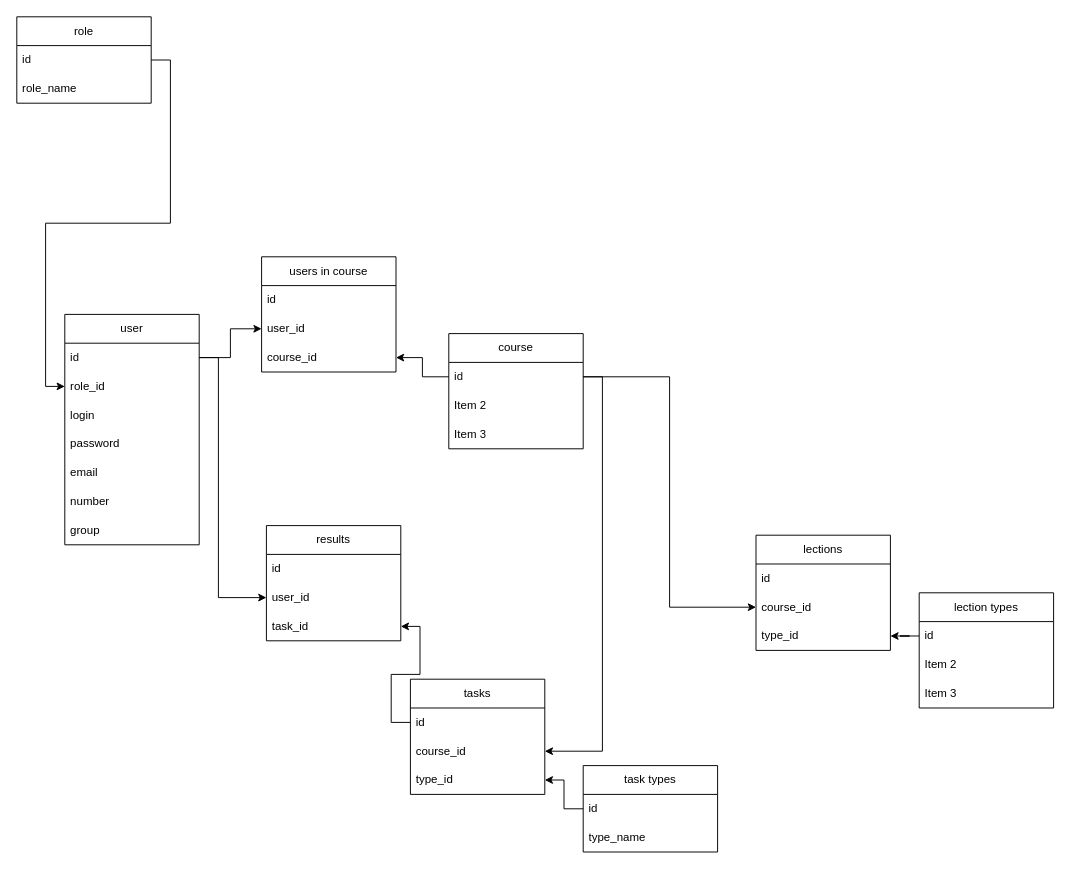
Svengalion/Diploma-VKI keeps this draw.io diagram as Untitled Diagram.drawio. Above is the earlier version. Source tidied: cells renumbered, new cells numbered last; positions are measured from the earlier drawing's top-left corner, leaving out a move shared by most shapes. Both pictures are drawn from the tidied source at 96%, with x=0, y=0 at pixel (16, 16).
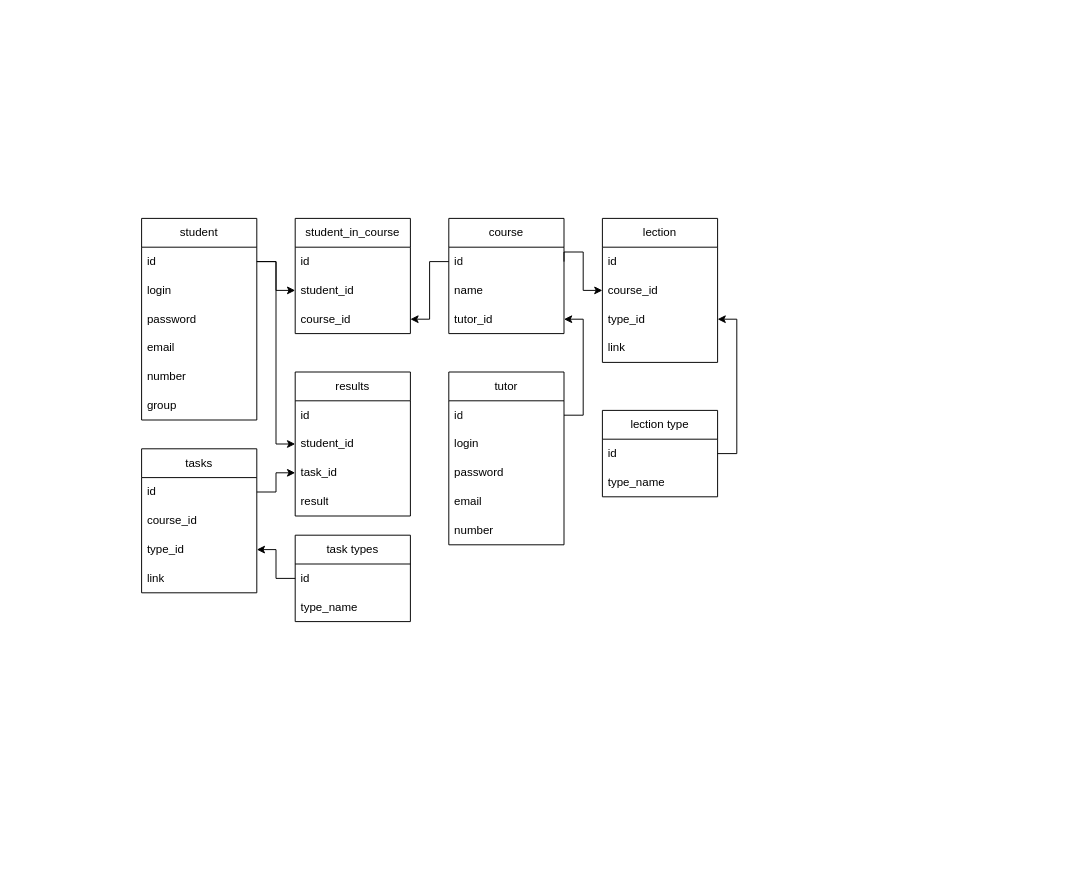
The same diagram, later.

What changed in the source:
```diff
@@
-    <mxCell id="2" value="user" style="swimlane;fontStyle=0;horizontal=1;startSize=30;whiteSpace=wrap;html=1;" parent="1" vertex="1">
-      <mxGeometry x="50" y="310" width="140" height="240" as="geometry" />
+    <mxCell id="2" value="student" style="swimlane;fontStyle=0;horizontal=1;startSize=30;whiteSpace=wrap;html=1;" parent="1" vertex="1">
+      <mxGeometry x="130" y="210" width="120" height="210" as="geometry" />
     </mxCell>
     <mxCell id="3" value="id" style="text;strokeColor=none;fillColor=none;align=left;verticalAlign=middle;spacingLeft=4;spacingRight=4;overflow=hidden;points=[[0,0.5],[1,0.5]];portConstraint=eastwest;whiteSpace=wrap;html=1;" parent="2" vertex="1">
-      <mxGeometry y="30" width="140" height="30" as="geometry" />
+      <mxGeometry y="30" width="120" height="30" as="geometry" />
     </mxCell>
-    <mxCell id="4" value="role_id" style="text;strokeColor=none;fillColor=none;align=left;verticalAlign=middle;spacingLeft=4;spacingRight=4;overflow=hidden;points=[[0,0.5],[1,0.5]];portConstraint=eastwest;whiteSpace=wrap;html=1;" parent="2" vertex="1">
-      <mxGeometry y="60" width="140" height="30" as="geometry" />
-    </mxCell>
     <mxCell id="5" value="login" style="text;strokeColor=none;fillColor=none;align=left;verticalAlign=middle;spacingLeft=4;spacingRight=4;overflow=hidden;whiteSpace=wrap;html=1;" parent="2" vertex="1">
-      <mxGeometry y="90" width="140" height="30" as="geometry" />
+      <mxGeometry y="60" width="120" height="30" as="geometry" />
     </mxCell>
     <mxCell id="6" value="password" style="text;strokeColor=none;fillColor=none;align=left;verticalAlign=middle;spacingLeft=4;spacingRight=4;overflow=hidden;whiteSpace=wrap;html=1;" parent="2" vertex="1">
-      <mxGeometry y="120" width="140" height="30" as="geometry" />
+      <mxGeometry y="90" width="120" height="30" as="geometry" />
     </mxCell>
     <mxCell id="7" value="email" style="text;strokeColor=none;fillColor=none;align=left;verticalAlign=middle;spacingLeft=4;spacingRight=4;overflow=hidden;whiteSpace=wrap;html=1;" parent="2" vertex="1">
-      <mxGeometry y="150" width="140" height="30" as="geometry" />
+      <mxGeometry y="120" width="120" height="30" as="geometry" />
     </mxCell>
     <mxCell id="8" value="number" style="text;strokeColor=none;fillColor=none;align=left;verticalAlign=middle;spacingLeft=4;spacingRight=4;overflow=hidden;whiteSpace=wrap;html=1;" parent="2" vertex="1">
-      <mxGeometry y="180" width="140" height="30" as="geometry" />
+      <mxGeometry y="150" width="120" height="30" as="geometry" />
     </mxCell>
     <mxCell id="9" value="group" style="text;strokeColor=none;fillColor=none;align=left;verticalAlign=middle;spacingLeft=4;spacingRight=4;overflow=hidden;whiteSpace=wrap;html=1;" parent="2" vertex="1">
-      <mxGeometry y="210" width="140" height="30" as="geometry" />
+      <mxGeometry y="180" width="120" height="30" as="geometry" />
     </mxCell>
-    <mxCell id="10" value="lections" style="swimlane;fontStyle=0;horizontal=1;startSize=30;whiteSpace=wrap;html=1;" parent="1" vertex="1">
-      <mxGeometry x="770" y="540" width="140" height="120" as="geometry" />
+    <mxCell id="10" value="lection" style="swimlane;fontStyle=0;horizontal=1;startSize=30;whiteSpace=wrap;html=1;" parent="1" vertex="1">
+      <mxGeometry x="610" y="210" width="120" height="150" as="geometry" />
     </mxCell>
     <mxCell id="11" value="id" style="text;strokeColor=none;fillColor=none;align=left;verticalAlign=middle;spacingLeft=4;spacingRight=4;overflow=hidden;whiteSpace=wrap;html=1;" parent="10" vertex="1">
-      <mxGeometry y="30" width="140" height="30" as="geometry" />
+      <mxGeometry y="30" width="120" height="30" as="geometry" />
     </mxCell>
     <mxCell id="12" value="course_id" style="text;strokeColor=none;fillColor=none;align=left;verticalAlign=middle;spacingLeft=4;spacingRight=4;overflow=hidden;points=[[0,0.5],[1,0.5]];portConstraint=eastwest;whiteSpace=wrap;html=1;" parent="10" vertex="1">
-      <mxGeometry y="60" width="140" height="30" as="geometry" />
+      <mxGeometry y="60" width="120" height="30" as="geometry" />
     </mxCell>
     <mxCell id="13" value="type_id" style="text;strokeColor=none;fillColor=none;align=left;verticalAlign=middle;spacingLeft=4;spacingRight=4;overflow=hidden;points=[[0,0.5],[1,0.5]];portConstraint=eastwest;whiteSpace=wrap;html=1;" parent="10" vertex="1">
-      <mxGeometry y="90" width="140" height="30" as="geometry" />
+      <mxGeometry y="90" width="120" height="30" as="geometry" />
     </mxCell>
+    <mxCell id="49" value="link" style="text;strokeColor=none;fillColor=none;align=left;verticalAlign=middle;spacingLeft=4;spacingRight=4;overflow=hidden;whiteSpace=wrap;html=1;" parent="10" vertex="1">
+      <mxGeometry y="120" width="120" height="30" as="geometry" />
+    </mxCell>
-    <mxCell id="14" value="lection types" style="swimlane;fontStyle=0;horizontal=1;startSize=30;whiteSpace=wrap;html=1;" parent="1" vertex="1">
-      <mxGeometry x="940" y="600" width="140" height="120" as="geometry" />
+    <mxCell id="14" value="lection type" style="swimlane;fontStyle=0;horizontal=1;startSize=30;whiteSpace=wrap;html=1;" parent="1" vertex="1">
+      <mxGeometry x="610" y="410" width="120" height="90" as="geometry" />
     </mxCell>
     <mxCell id="15" value="id" style="text;strokeColor=none;fillColor=none;align=left;verticalAlign=middle;spacingLeft=4;spacingRight=4;overflow=hidden;points=[[0,0.5],[1,0.5]];portConstraint=eastwest;whiteSpace=wrap;html=1;" parent="14" vertex="1">
-      <mxGeometry y="30" width="140" height="30" as="geometry" />
+      <mxGeometry y="30" width="120" height="30" as="geometry" />
     </mxCell>
-    <mxCell id="16" value="Item 2" style="text;strokeColor=none;fillColor=none;align=left;verticalAlign=middle;spacingLeft=4;spacingRight=4;overflow=hidden;whiteSpace=wrap;html=1;" parent="14" vertex="1">
-      <mxGeometry y="60" width="140" height="30" as="geometry" />
+    <mxCell id="16" value="type_name" style="text;strokeColor=none;fillColor=none;align=left;verticalAlign=middle;spacingLeft=4;spacingRight=4;overflow=hidden;whiteSpace=wrap;html=1;" parent="14" vertex="1">
+      <mxGeometry y="60" width="120" height="30" as="geometry" />
     </mxCell>
-    <mxCell id="17" value="Item 3" style="text;strokeColor=none;fillColor=none;align=left;verticalAlign=middle;spacingLeft=4;spacingRight=4;overflow=hidden;whiteSpace=wrap;html=1;" parent="14" vertex="1">
-      <mxGeometry y="90" width="140" height="30" as="geometry" />
-    </mxCell>
     <mxCell id="18" style="edgeStyle=orthogonalEdgeStyle;rounded=0;jettySize=auto;html=1;" parent="1" edge="1" source="15" target="13">
-      <mxGeometry relative="1" as="geometry" />
+      <mxGeometry relative="1" as="geometry">
+        <Array as="points">
+          <mxPoint x="750" y="455" />
+          <mxPoint x="750" y="315" />
+        </Array>
+      </mxGeometry>
     </mxCell>
     <mxCell id="19" value="course" style="swimlane;fontStyle=0;horizontal=1;startSize=30;whiteSpace=wrap;html=1;" parent="1" vertex="1">
-      <mxGeometry x="450" y="330" width="140" height="120" as="geometry" />
+      <mxGeometry x="450" y="210" width="120" height="120" as="geometry" />
     </mxCell>
     <mxCell id="20" value="id" style="text;strokeColor=none;fillColor=none;align=left;verticalAlign=middle;spacingLeft=4;spacingRight=4;overflow=hidden;points=[[0,0.5],[1,0.5]];portConstraint=eastwest;whiteSpace=wrap;html=1;" parent="19" vertex="1">
-      <mxGeometry y="30" width="140" height="30" as="geometry" />
+      <mxGeometry y="30" width="120" height="30" as="geometry" />
     </mxCell>
-    <mxCell id="21" value="Item 2" style="text;strokeColor=none;fillColor=none;align=left;verticalAlign=middle;spacingLeft=4;spacingRight=4;overflow=hidden;whiteSpace=wrap;html=1;" parent="19" vertex="1">
-      <mxGeometry y="60" width="140" height="30" as="geometry" />
+    <mxCell id="21" value="name" style="text;strokeColor=none;fillColor=none;align=left;verticalAlign=middle;spacingLeft=4;spacingRight=4;overflow=hidden;whiteSpace=wrap;html=1;" parent="19" vertex="1">
+      <mxGeometry y="60" width="120" height="30" as="geometry" />
     </mxCell>
-    <mxCell id="22" value="Item 3" style="text;strokeColor=none;fillColor=none;align=left;verticalAlign=middle;spacingLeft=4;spacingRight=4;overflow=hidden;whiteSpace=wrap;html=1;" parent="19" vertex="1">
-      <mxGeometry y="90" width="140" height="30" as="geometry" />
-    </mxCell>
+    <mxCell id="50" value="tutor_id" style="text;strokeColor=none;fillColor=none;align=left;verticalAlign=middle;spacingLeft=4;spacingRight=4;overflow=hidden;points=[[0,0.5],[1,0.5]];portConstraint=eastwest;whiteSpace=wrap;html=1;" parent="19" vertex="1">
+      <mxGeometry y="90" width="120" height="30" as="geometry" />
+    </mxCell>
     <mxCell id="23" style="edgeStyle=orthogonalEdgeStyle;rounded=0;jettySize=auto;html=1;exitX=1;exitY=0.5;exitDx=0;exitDy=0;" parent="1" edge="1" source="20" target="12">
-      <mxGeometry relative="1" as="geometry" />
+      <mxGeometry relative="1" as="geometry">
+        <Array as="points">
+          <mxPoint x="570" y="245" />
+          <mxPoint x="590" y="245" />
+          <mxPoint x="590" y="285" />
+        </Array>
+      </mxGeometry>
     </mxCell>
-    <mxCell id="24" value="users in course" style="swimlane;fontStyle=0;horizontal=1;startSize=30;whiteSpace=wrap;html=1;" parent="1" vertex="1">
-      <mxGeometry x="255" y="250" width="140" height="120" as="geometry" />
+    <mxCell id="24" value="student_in_course" style="swimlane;fontStyle=0;horizontal=1;startSize=30;whiteSpace=wrap;html=1;" parent="1" vertex="1">
+      <mxGeometry x="290" y="210" width="120" height="120" as="geometry" />
     </mxCell>
     <mxCell id="25" value="id" style="text;strokeColor=none;fillColor=none;align=left;verticalAlign=middle;spacingLeft=4;spacingRight=4;overflow=hidden;whiteSpace=wrap;html=1;" parent="24" vertex="1">
-      <mxGeometry y="30" width="140" height="30" as="geometry" />
+      <mxGeometry y="30" width="120" height="30" as="geometry" />
     </mxCell>
-    <mxCell id="26" value="user_id" style="text;strokeColor=none;fillColor=none;align=left;verticalAlign=middle;spacingLeft=4;spacingRight=4;overflow=hidden;points=[[0,0.5],[1,0.5]];portConstraint=eastwest;whiteSpace=wrap;html=1;" parent="24" vertex="1">
-      <mxGeometry y="60" width="140" height="30" as="geometry" />
+    <mxCell id="26" value="student_id" style="text;strokeColor=none;fillColor=none;align=left;verticalAlign=middle;spacingLeft=4;spacingRight=4;overflow=hidden;points=[[0,0.5],[1,0.5]];portConstraint=eastwest;whiteSpace=wrap;html=1;" parent="24" vertex="1">
+      <mxGeometry y="60" width="120" height="30" as="geometry" />
     </mxCell>
     <mxCell id="27" value="course_id" style="text;strokeColor=none;fillColor=none;align=left;verticalAlign=middle;spacingLeft=4;spacingRight=4;overflow=hidden;points=[[0,0.5],[1,0.5]];portConstraint=eastwest;whiteSpace=wrap;html=1;" parent="24" vertex="1">
-      <mxGeometry y="90" width="140" height="30" as="geometry" />
+      <mxGeometry y="90" width="120" height="30" as="geometry" />
     </mxCell>
@@
     <mxCell id="30" value="tasks" style="swimlane;fontStyle=0;horizontal=1;startSize=30;whiteSpace=wrap;html=1;" parent="1" vertex="1">
-      <mxGeometry x="410" y="690" width="140" height="120" as="geometry" />
+      <mxGeometry x="130" y="450" width="120" height="150" as="geometry" />
     </mxCell>
     <mxCell id="31" value="id" style="text;strokeColor=none;fillColor=none;align=left;verticalAlign=middle;spacingLeft=4;spacingRight=4;overflow=hidden;points=[[0,0.5],[1,0.5]];portConstraint=eastwest;whiteSpace=wrap;html=1;" parent="30" vertex="1">
-      <mxGeometry y="30" width="140" height="30" as="geometry" />
+      <mxGeometry y="30" width="120" height="30" as="geometry" />
     </mxCell>
     <mxCell id="32" value="course_id" style="text;strokeColor=none;fillColor=none;align=left;verticalAlign=middle;spacingLeft=4;spacingRight=4;overflow=hidden;points=[[0,0.5],[1,0.5]];portConstraint=eastwest;whiteSpace=wrap;html=1;" parent="30" vertex="1">
-      <mxGeometry y="60" width="140" height="30" as="geometry" />
+      <mxGeometry y="60" width="120" height="30" as="geometry" />
     </mxCell>
     <mxCell id="33" value="type_id" style="text;strokeColor=none;fillColor=none;align=left;verticalAlign=middle;spacingLeft=4;spacingRight=4;overflow=hidden;points=[[0,0.5],[1,0.5]];portConstraint=eastwest;whiteSpace=wrap;html=1;" parent="30" vertex="1">
-      <mxGeometry y="90" width="140" height="30" as="geometry" />
+      <mxGeometry y="90" width="120" height="30" as="geometry" />
     </mxCell>
-    <mxCell id="34" style="edgeStyle=orthogonalEdgeStyle;rounded=0;jettySize=auto;html=1;exitX=1;exitY=0.5;exitDx=0;exitDy=0;" parent="1" edge="1" source="20" target="32">
-      <mxGeometry relative="1" as="geometry" />
-    </mxCell>
-    <mxCell id="35" value="role" style="swimlane;fontStyle=0;horizontal=1;startSize=30;whiteSpace=wrap;html=1;" parent="1" vertex="1">
-      <mxGeometry width="140" height="90" as="geometry" />
-    </mxCell>
-    <mxCell id="36" value="id" style="text;strokeColor=none;fillColor=none;align=left;verticalAlign=middle;spacingLeft=4;spacingRight=4;overflow=hidden;points=[[0,0.5],[1,0.5]];portConstraint=eastwest;whiteSpace=wrap;html=1;" parent="35" vertex="1">
-      <mxGeometry y="30" width="140" height="30" as="geometry" />
-    </mxCell>
-    <mxCell id="37" value="role_name" style="text;strokeColor=none;fillColor=none;align=left;verticalAlign=middle;spacingLeft=4;spacingRight=4;overflow=hidden;whiteSpace=wrap;html=1;" parent="35" vertex="1">
-      <mxGeometry y="60" width="140" height="30" as="geometry" />
-    </mxCell>
-    <mxCell id="38" style="edgeStyle=orthogonalEdgeStyle;rounded=0;jettySize=auto;html=1;" parent="1" edge="1" source="36" target="4">
-      <mxGeometry relative="1" as="geometry" />
-    </mxCell>
+    <mxCell id="51" value="link" style="text;strokeColor=none;fillColor=none;align=left;verticalAlign=middle;spacingLeft=4;spacingRight=4;overflow=hidden;whiteSpace=wrap;html=1;" parent="30" vertex="1">
+      <mxGeometry y="120" width="120" height="30" as="geometry" />
+    </mxCell>
     <mxCell id="39" value="task types" style="swimlane;fontStyle=0;horizontal=1;startSize=30;whiteSpace=wrap;html=1;" parent="1" vertex="1">
-      <mxGeometry x="590" y="780" width="140" height="90" as="geometry" />
+      <mxGeometry x="290" y="540" width="120" height="90" as="geometry" />
     </mxCell>
     <mxCell id="40" value="id" style="text;strokeColor=none;fillColor=none;align=left;verticalAlign=middle;spacingLeft=4;spacingRight=4;overflow=hidden;points=[[0,0.5],[1,0.5]];portConstraint=eastwest;whiteSpace=wrap;html=1;" parent="39" vertex="1">
-      <mxGeometry y="30" width="140" height="30" as="geometry" />
+      <mxGeometry y="30" width="120" height="30" as="geometry" />
     </mxCell>
     <mxCell id="41" value="type_name" style="text;strokeColor=none;fillColor=none;align=left;verticalAlign=middle;spacingLeft=4;spacingRight=4;overflow=hidden;whiteSpace=wrap;html=1;" parent="39" vertex="1">
-      <mxGeometry y="60" width="140" height="30" as="geometry" />
+      <mxGeometry y="60" width="120" height="30" as="geometry" />
     </mxCell>
@@
     <mxCell id="43" value="results" style="swimlane;fontStyle=0;horizontal=1;startSize=30;whiteSpace=wrap;html=1;" parent="1" vertex="1">
-      <mxGeometry x="260" y="530" width="140" height="120" as="geometry" />
+      <mxGeometry x="290" y="370" width="120" height="150" as="geometry" />
     </mxCell>
     <mxCell id="44" value="id" style="text;strokeColor=none;fillColor=none;align=left;verticalAlign=middle;spacingLeft=4;spacingRight=4;overflow=hidden;whiteSpace=wrap;html=1;" parent="43" vertex="1">
-      <mxGeometry y="30" width="140" height="30" as="geometry" />
+      <mxGeometry y="30" width="120" height="30" as="geometry" />
     </mxCell>
-    <mxCell id="45" value="user_id" style="text;strokeColor=none;fillColor=none;align=left;verticalAlign=middle;spacingLeft=4;spacingRight=4;overflow=hidden;points=[[0,0.5],[1,0.5]];portConstraint=eastwest;whiteSpace=wrap;html=1;" parent="43" vertex="1">
-      <mxGeometry y="60" width="140" height="30" as="geometry" />
+    <mxCell id="45" value="student_id" style="text;strokeColor=none;fillColor=none;align=left;verticalAlign=middle;spacingLeft=4;spacingRight=4;overflow=hidden;points=[[0,0.5],[1,0.5]];portConstraint=eastwest;whiteSpace=wrap;html=1;" parent="43" vertex="1">
+      <mxGeometry y="60" width="120" height="30" as="geometry" />
     </mxCell>
     <mxCell id="46" value="task_id" style="text;strokeColor=none;fillColor=none;align=left;verticalAlign=middle;spacingLeft=4;spacingRight=4;overflow=hidden;points=[[0,0.5],[1,0.5]];portConstraint=eastwest;whiteSpace=wrap;html=1;" parent="43" vertex="1">
-      <mxGeometry y="90" width="140" height="30" as="geometry" />
+      <mxGeometry y="90" width="120" height="30" as="geometry" />
     </mxCell>
+    <mxCell id="52" value="result" style="text;strokeColor=none;fillColor=none;align=left;verticalAlign=middle;spacingLeft=4;spacingRight=4;overflow=hidden;whiteSpace=wrap;html=1;" parent="43" vertex="1">
+      <mxGeometry y="120" width="120" height="30" as="geometry" />
+    </mxCell>
-    <mxCell id="47" style="edgeStyle=orthogonalEdgeStyle;rounded=0;jettySize=auto;html=1;entryX=1;entryY=0.5;entryDx=0;entryDy=0;" parent="1" edge="1" source="31" target="46">
+    <mxCell id="47" style="edgeStyle=orthogonalEdgeStyle;rounded=0;jettySize=auto;html=1;" parent="1" edge="1" source="31" target="46">
       <mxGeometry relative="1" as="geometry" />
     </mxCell>
+    <mxCell id="53" value="tutor" style="swimlane;fontStyle=0;horizontal=1;startSize=30;whiteSpace=wrap;html=1;" parent="1" vertex="1">
+      <mxGeometry x="450" y="370" width="120" height="180" as="geometry" />
+    </mxCell>
+    <mxCell id="36" value="id" style="text;strokeColor=none;fillColor=none;align=left;verticalAlign=middle;spacingLeft=4;spacingRight=4;overflow=hidden;points=[[0,0.5],[1,0.5]];portConstraint=eastwest;whiteSpace=wrap;html=1;" parent="53" vertex="1">
+      <mxGeometry y="30" width="120" height="30" as="geometry" />
+    </mxCell>
+    <mxCell id="54" value="login" style="text;strokeColor=none;fillColor=none;align=left;verticalAlign=middle;spacingLeft=4;spacingRight=4;overflow=hidden;whiteSpace=wrap;html=1;" parent="53" vertex="1">
+      <mxGeometry y="60" width="120" height="30" as="geometry" />
+    </mxCell>
+    <mxCell id="55" value="password" style="text;strokeColor=none;fillColor=none;align=left;verticalAlign=middle;spacingLeft=4;spacingRight=4;overflow=hidden;whiteSpace=wrap;html=1;" parent="53" vertex="1">
+      <mxGeometry y="90" width="120" height="30" as="geometry" />
+    </mxCell>
+    <mxCell id="56" value="email" style="text;strokeColor=none;fillColor=none;align=left;verticalAlign=middle;spacingLeft=4;spacingRight=4;overflow=hidden;whiteSpace=wrap;html=1;" parent="53" vertex="1">
+      <mxGeometry y="120" width="120" height="30" as="geometry" />
+    </mxCell>
+    <mxCell id="57" value="number" style="text;strokeColor=none;fillColor=none;align=left;verticalAlign=middle;spacingLeft=4;spacingRight=4;overflow=hidden;whiteSpace=wrap;html=1;" parent="53" vertex="1">
+      <mxGeometry y="150" width="120" height="30" as="geometry" />
+    </mxCell>
     <mxCell id="48" style="edgeStyle=orthogonalEdgeStyle;rounded=0;jettySize=auto;html=1;" parent="1" edge="1" source="3" target="45">
-      <mxGeometry relative="1" as="geometry">
-        <Array as="points">
-          <mxPoint x="210" y="355" />
-          <mxPoint x="210" y="605" />
-        </Array>
-      </mxGeometry>
+      <mxGeometry relative="1" as="geometry" />
     </mxCell>
+    <mxCell id="58" style="edgeStyle=orthogonalEdgeStyle;rounded=0;jettySize=auto;html=1;" parent="1" edge="1" source="36" target="50">
+      <mxGeometry relative="1" as="geometry">
+        <Array as="points">
+          <mxPoint x="590" y="415" />
+          <mxPoint x="590" y="315" />
+        </Array>
+      </mxGeometry>
+    </mxCell>
```
